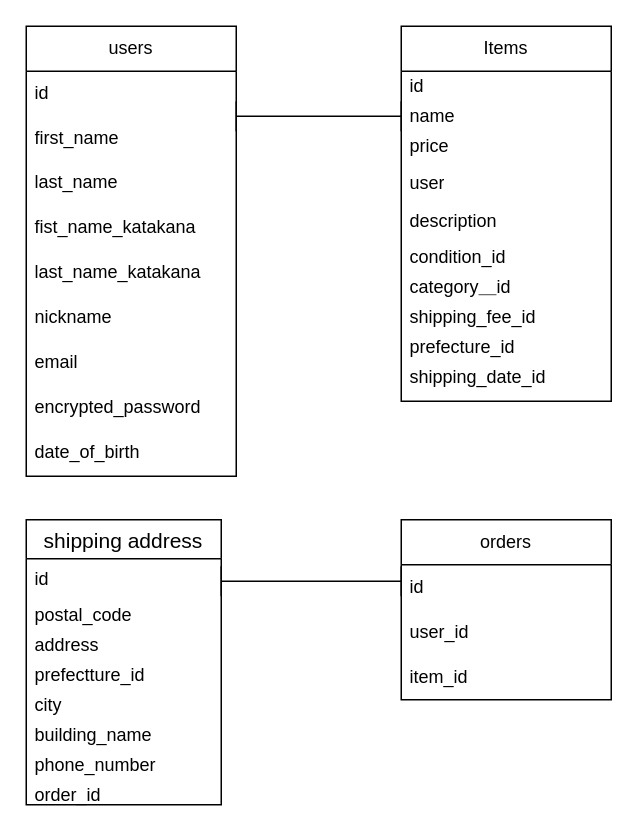
Above: test.dio in yusukenemoto12345/furima39956_2 (draw.io), before the change. Source tidied: cells renumbered, new cells numbered last; positions are measured from the earlier drawing's top-left corner, leaving out a move shared by most shapes. Both pictures are drawn from the tidied source at 150%, with x=0, y=0 at pixel (26, 26).
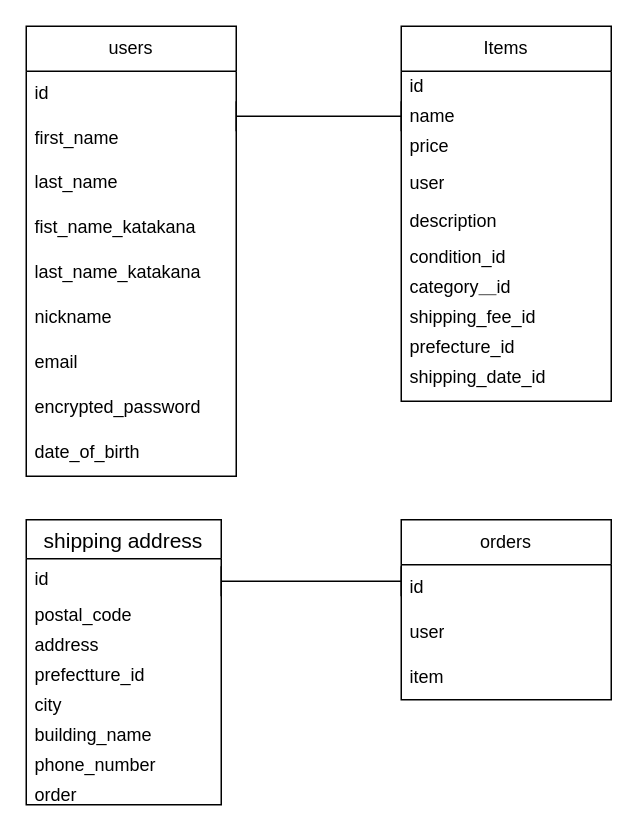
The same diagram, later.

Commit message (it also covers changes not shown here):
データベース設定15

Unchanged cells that the change refers to:
```xml
<mxCell id="23" value="orders" style="swimlane;fontStyle=0;horizontal=1;startSize=30;whiteSpace=wrap;html=1;" parent="1" vertex="1">
  <mxGeometry x="250" y="329" width="140" height="120" as="geometry" />
</mxCell>
<mxCell id="27" value="shipping address" style="swimlane;fontStyle=0;horizontal=1;startSize=26;align=center;fontSize=14;" parent="1" vertex="1">
  <mxGeometry y="329" width="130" height="190" as="geometry" />
</mxCell>
```

What changed in the source:
```diff
@@
-    <mxCell id="25" value="user_id" style="text;strokeColor=none;fillColor=none;align=left;verticalAlign=middle;spacingLeft=4;spacingRight=4;overflow=hidden;whiteSpace=wrap;html=1;" parent="23" vertex="1">
+    <mxCell id="25" value="user" style="text;strokeColor=none;fillColor=none;align=left;verticalAlign=middle;spacingLeft=4;spacingRight=4;overflow=hidden;whiteSpace=wrap;html=1;" parent="23" vertex="1">
       <mxGeometry y="60" width="140" height="30" as="geometry" />
     </mxCell>
-    <mxCell id="26" value="item_id" style="text;strokeColor=none;fillColor=none;align=left;verticalAlign=middle;spacingLeft=4;spacingRight=4;overflow=hidden;whiteSpace=wrap;html=1;" parent="23" vertex="1">
+    <mxCell id="26" value="item" style="text;strokeColor=none;fillColor=none;align=left;verticalAlign=middle;spacingLeft=4;spacingRight=4;overflow=hidden;whiteSpace=wrap;html=1;" parent="23" vertex="1">
       <mxGeometry y="90" width="140" height="30" as="geometry" />
     </mxCell>
@@
-    <mxCell id="35" value="order_id" style="text;strokeColor=none;fillColor=none;spacingLeft=4;spacingRight=4;overflow=hidden;fontSize=12;" parent="27" vertex="1">
+    <mxCell id="35" value="order" style="text;strokeColor=none;fillColor=none;spacingLeft=4;spacingRight=4;overflow=hidden;fontSize=12;" parent="27" vertex="1">
       <mxGeometry y="170" width="130" height="20" as="geometry" />
     </mxCell>
```
